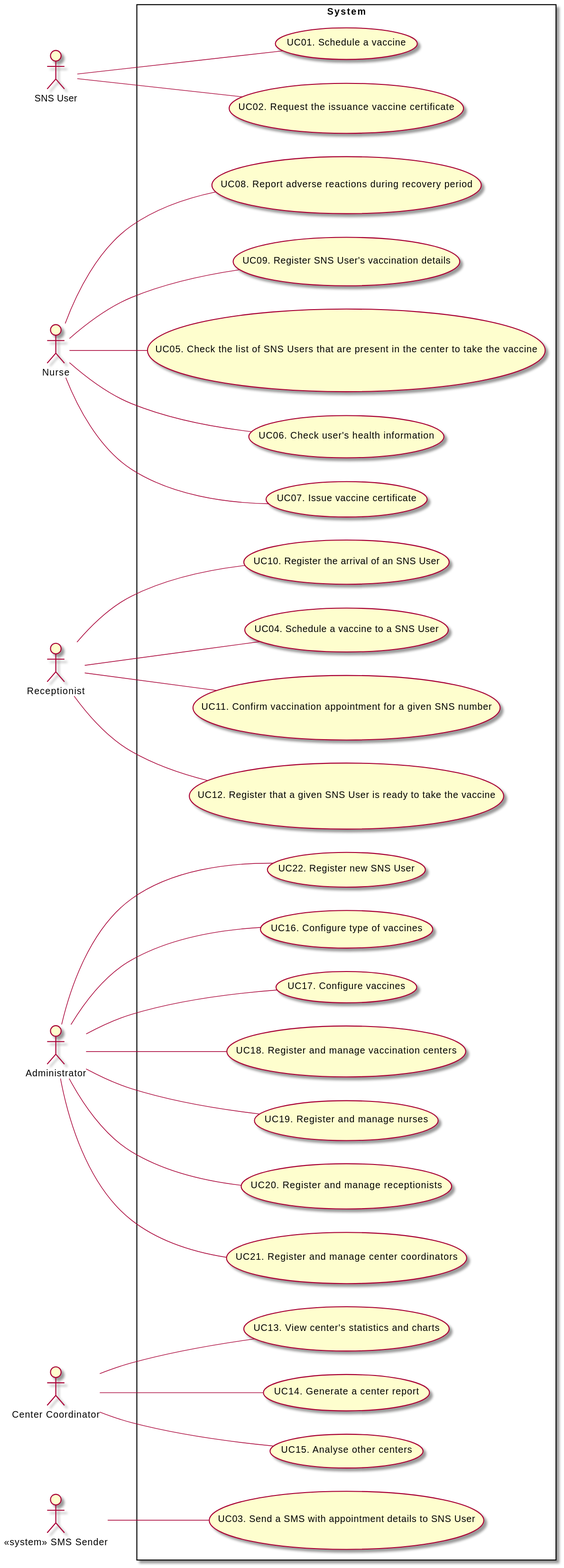
Before: docs/SprintA/UCD.svg, a diagram exported from PlantUML (miseEnPlace-i/lapr2).
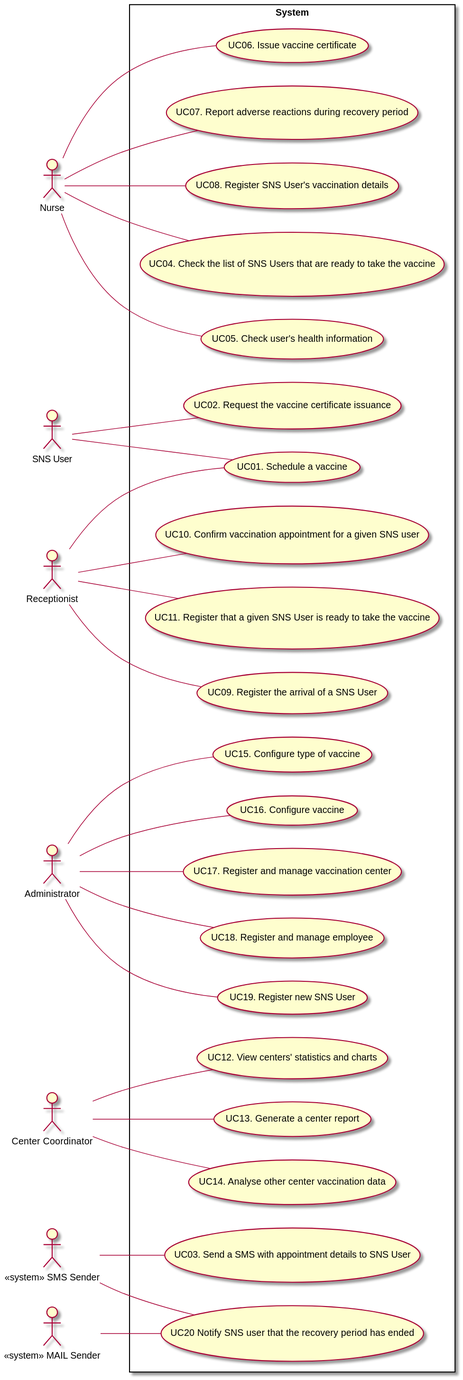
The same diagram one commit later.

What changed in the source:
```diff
@@ -8,36 +8,35 @@
 actor "Administrator" as admin
 actor "Center Coordinator" as coordinator
 actor "<< system >> SMS Sender" as dgs
+actor "<< system >> MAIL Sender" as dgsMail
 
 rectangle System {
   usecase "UC01. Schedule a vaccine" as UC01
-  usecase "UC02. Request the issuance vaccine certificate" as UC02
+  usecase "UC02. Request the vaccine certificate issuance" as UC02
   usecase "UC03. Send a SMS with appointment details to SNS User" as UC03
-  usecase "UC04. Schedule a vaccine to a SNS User" as UC04
-  usecase "UC05. Check the list of SNS Users that are present in the center to take the vaccine" as UC05
-  usecase "UC06. Check user's health information" as UC06
-  usecase "UC07. Issue vaccine certificate" as UC07
-  usecase "UC08. Report adverse reactions during recovery period" as UC08
-  usecase "UC09. Register SNS User's vaccination details" as UC09
-  usecase "UC10. Register the arrival of an SNS User" as UC10
-  usecase "UC11. Confirm vaccination appointment for a given SNS number" as UC11
-  usecase "UC12. Register that a given SNS User is ready to take the vaccine" as UC12
-  usecase "UC13. View center's statistics and charts" as UC13
-  usecase "UC14. Generate a center report" as UC14
-  usecase "UC15. Analyse other centers" as UC15
-  usecase "UC16. Configure type of vaccines" as UC16
-  usecase "UC17. Configure vaccines" as UC17
-  usecase "UC18. Register and manage vaccination centers" as UC18
-  usecase "UC19. Register and manage nurses" as UC19
-  usecase "UC20. Register and manage receptionists" as UC20
-  usecase "UC21. Register and manage center coordinators" as UC21
-  usecase "UC22. Register new SNS User" as UC22
+  usecase "UC04. Check the list of SNS Users that are ready to take the vaccine" as UC05
+  usecase "UC05. Check user's health information" as UC06
+  usecase "UC06. Issue vaccine certificate" as UC07
+  usecase "UC07. Report adverse reactions during recovery period" as UC08
+  usecase "UC08. Register SNS User's vaccination details" as UC09
+  usecase "UC09. Register the arrival of a SNS User" as UC10
+  usecase "UC10. Confirm vaccination appointment for a given SNS user" as UC11
+  usecase "UC11. Register that a given SNS User is ready to take the vaccine" as UC12
+  usecase "UC12. View centers' statistics and charts" as UC13
+  usecase "UC13. Generate a center report" as UC14
+  usecase "UC14. Analyse other center vaccination data" as UC15
+  usecase "UC15. Configure type of vaccine" as UC16
+  usecase "UC16. Configure vaccine" as UC17
+  usecase "UC17. Register and manage vaccination center" as UC18
+  usecase "UC18. Register and manage employee" as UC19
+  usecase "UC19. Register new SNS User" as UC20
+  usecase "UC20  Notify SNS user that the recovery period has ended" as UC21
 }
 
 user -- UC01
 user -- UC02
 dgs -- UC03
-recept -- UC04
+recept -- UC01
 nurse -- UC05
 nurse -- UC06
 nurse -- UC07
@@ -54,7 +53,7 @@
 admin -- UC18
 admin -- UC19
 admin -- UC20
-admin -- UC21
-admin -- UC22
+dgs -- UC21
+dgsMail -- UC21
 
 @enduml
```
